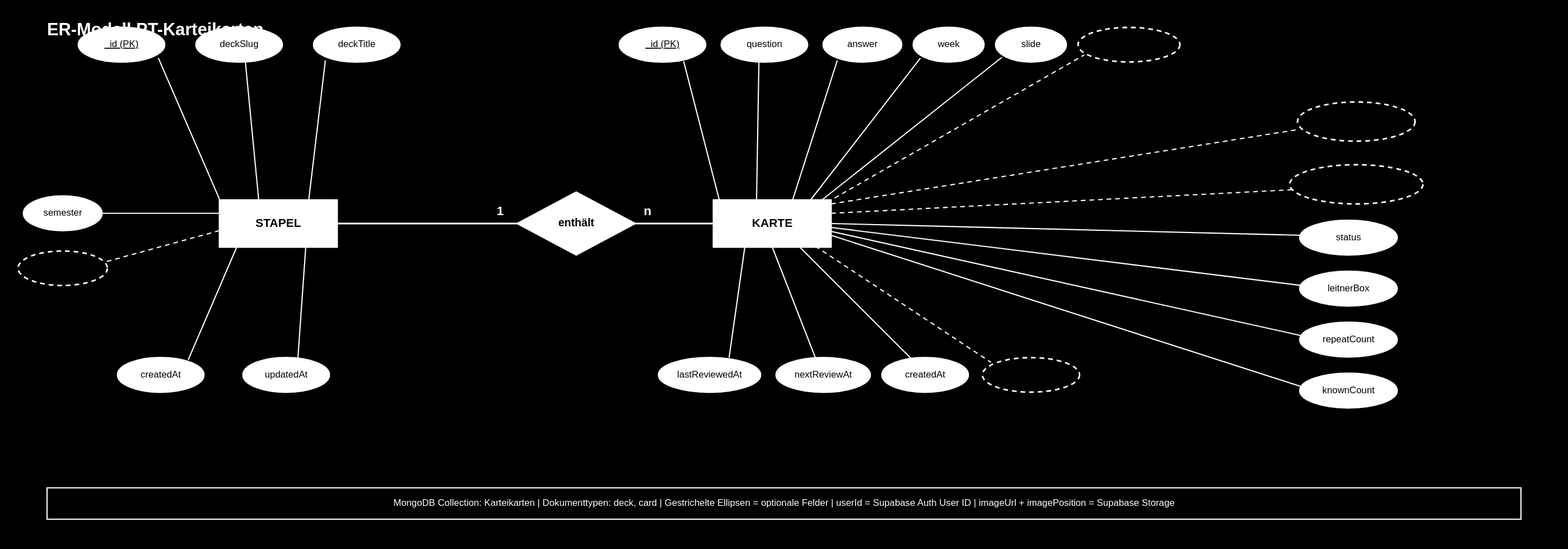
Above: doc/ER_Model.drawio.svg in russoren1/PT-Karteikarten (draw.io), before the change. Source tidied: cells renumbered, new cells last; positions are measured from the earlier drawing's top-left corner, leaving out a move shared by most shapes.
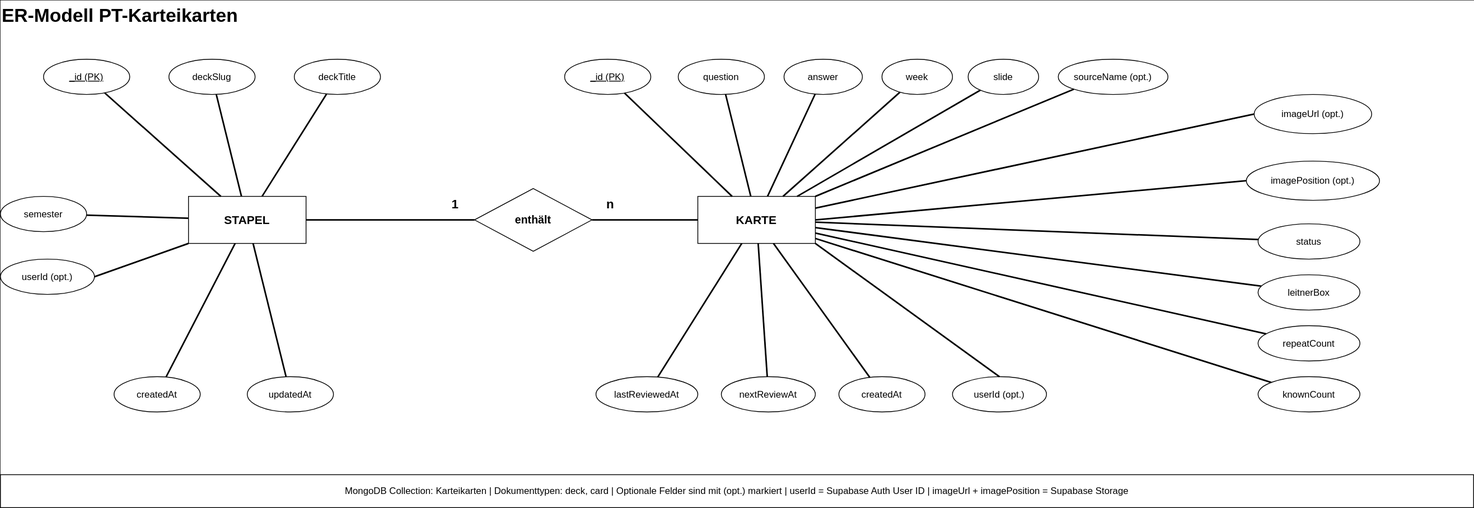
Later version of the same file.

Commit message:
Dokumentation ergänzen und ReadMe pflegen, Diagramme angepasst auf aktuellen Stand.

The edit, as a diff of the source:
```diff
@@ -1,87 +1,171 @@
-<mxGraphModel>
+<mxGraphModel background="#000000">
   <root>
     <mxCell id="0" />
     <mxCell id="1" parent="0" />
+    <mxCell id="29" value="ER-Modell PT-Karteikarten" style="text;html=1;strokeColor=none;fillColor=none;fontColor=#ffffff;fontSize=24;fontStyle=1;align=left;verticalAlign=middle;" parent="1" vertex="1">
+      <mxGeometry x="30" y="-15" width="500" height="40" as="geometry" />
+    </mxCell>
-    <mxCell id="2" value="STAPEL" style="rounded=0;whiteSpace=wrap;html=1;fillColor=#ffffff;strokeColor=#ffffff;fontColor=#000000;fontStyle=1;fontSize=14;" parent="1" vertex="1">
-      <mxGeometry x="250" y="220" width="150" height="60" as="geometry" />
+    <mxCell id="2" value="STAPEL" style="rounded=0;whiteSpace=wrap;html=1;fillColor=#ffffff;strokeColor=#ffffff;fontColor=#000000;fontStyle=1;fontSize=15;" parent="1" vertex="1">
+      <mxGeometry x="270" y="235" width="150" height="60" as="geometry" />
     </mxCell>
+    <mxCell id="11" value="KARTE" style="rounded=0;whiteSpace=wrap;html=1;fillColor=#ffffff;strokeColor=#ffffff;fontColor=#000000;fontStyle=1;fontSize=15;" parent="1" vertex="1">
+      <mxGeometry x="920" y="235" width="150" height="60" as="geometry" />
+    </mxCell>
+    <mxCell id="10" value="enthält" style="rhombus;whiteSpace=wrap;html=1;fillColor=#ffffff;strokeColor=#ffffff;fontColor=#000000;fontStyle=1;fontSize=14;" parent="1" vertex="1">
+      <mxGeometry x="635" y="225" width="150" height="80" as="geometry" />
+    </mxCell>
+    <mxCell id="30" value="1" style="text;html=1;strokeColor=none;fillColor=none;fontColor=#ffffff;fontSize=16;fontStyle=1;align=center;verticalAlign=middle;" parent="1" vertex="1">
+      <mxGeometry x="590" y="233" width="40" height="24" as="geometry" />
+    </mxCell>
+    <mxCell id="31" value="n" style="text;html=1;strokeColor=none;fillColor=none;fontColor=#ffffff;fontSize=16;fontStyle=1;align=center;verticalAlign=middle;" parent="1" vertex="1">
+      <mxGeometry x="788" y="233" width="40" height="24" as="geometry" />
+    </mxCell>
-    <mxCell id="3" value="_id (PK)" style="ellipse;whiteSpace=wrap;html=1;fillColor=#ffffff;strokeColor=#ffffff;fontColor=#000000;fontStyle=4;" parent="1" vertex="1">
-      <mxGeometry x="70" width="110" height="45" as="geometry" />
+    <mxCell id="3" value="_id (PK)" style="ellipse;whiteSpace=wrap;html=1;fillColor=#ffffff;strokeColor=#ffffff;fontColor=#000000;fontSize=12;fontStyle=4;" parent="1" vertex="1">
+      <mxGeometry x="85" y="60" width="110" height="45" as="geometry" />
     </mxCell>
-    <mxCell id="4" value="deckSlug" style="ellipse;whiteSpace=wrap;html=1;fillColor=#ffffff;strokeColor=#ffffff;fontColor=#000000;" parent="1" vertex="1">
-      <mxGeometry x="220" width="110" height="45" as="geometry" />
+    <mxCell id="4" value="deckSlug" style="ellipse;whiteSpace=wrap;html=1;fillColor=#ffffff;strokeColor=#ffffff;fontColor=#000000;fontSize=12;" parent="1" vertex="1">
+      <mxGeometry x="245" y="60" width="110" height="45" as="geometry" />
     </mxCell>
-    <mxCell id="5" value="deckTitle" style="ellipse;whiteSpace=wrap;html=1;fillColor=#ffffff;strokeColor=#ffffff;fontColor=#000000;" parent="1" vertex="1">
-      <mxGeometry x="370" width="110" height="45" as="geometry" />
+    <mxCell id="5" value="deckTitle" style="ellipse;whiteSpace=wrap;html=1;fillColor=#ffffff;strokeColor=#ffffff;fontColor=#000000;fontSize=12;" parent="1" vertex="1">
+      <mxGeometry x="405" y="60" width="110" height="45" as="geometry" />
     </mxCell>
-    <mxCell id="6" value="semester" style="ellipse;whiteSpace=wrap;html=1;fillColor=#ffffff;strokeColor=#ffffff;fontColor=#000000;" parent="1" vertex="1">
-      <mxGeometry y="220" width="100" height="45" as="geometry" />
+    <mxCell id="6" value="semester" style="ellipse;whiteSpace=wrap;html=1;fillColor=#ffffff;strokeColor=#ffffff;fontColor=#000000;fontSize=12;" parent="1" vertex="1">
+      <mxGeometry x="30" y="235" width="110" height="45" as="geometry" />
     </mxCell>
-    <mxCell id="7" value="userId (opt.)" style="ellipse;whiteSpace=wrap;html=1;fillColor=#ffffff;strokeColor=#ffffff;fontColor=#000000;dashed=1;" parent="1" vertex="1">
-      <mxGeometry y="290" width="110" height="45" as="geometry" />
+    <mxCell id="7" value="userId (opt.)" style="ellipse;whiteSpace=wrap;html=1;fillColor=#ffffff;strokeColor=#ffffff;fontColor=#000000;fontSize=12;dashed=1;dashPattern=6 5;" parent="1" vertex="1">
+      <mxGeometry x="30" y="315" width="120" height="45" as="geometry" />
     </mxCell>
-    <mxCell id="8" value="createdAt" style="ellipse;whiteSpace=wrap;html=1;fillColor=#ffffff;strokeColor=#ffffff;fontColor=#000000;" parent="1" vertex="1">
-      <mxGeometry x="120" y="425" width="110" height="45" as="geometry" />
+    <mxCell id="8" value="createdAt" style="ellipse;whiteSpace=wrap;html=1;fillColor=#ffffff;strokeColor=#ffffff;fontColor=#000000;fontSize=12;" parent="1" vertex="1">
+      <mxGeometry x="175" y="465" width="110" height="45" as="geometry" />
     </mxCell>
-    <mxCell id="9" value="updatedAt" style="ellipse;whiteSpace=wrap;html=1;fillColor=#ffffff;strokeColor=#ffffff;fontColor=#000000;" parent="1" vertex="1">
-      <mxGeometry x="280" y="425" width="110" height="45" as="geometry" />
+    <mxCell id="9" value="updatedAt" style="ellipse;whiteSpace=wrap;html=1;fillColor=#ffffff;strokeColor=#ffffff;fontColor=#000000;fontSize=12;" parent="1" vertex="1">
+      <mxGeometry x="345" y="465" width="110" height="45" as="geometry" />
     </mxCell>
-    <mxCell id="10" value="enthält" style="rhombus;whiteSpace=wrap;html=1;fillColor=#ffffff;strokeColor=#ffffff;fontColor=#000000;" parent="1" vertex="1">
-      <mxGeometry x="630" y="210" width="150" height="80" as="geometry" />
-    </mxCell>
-    <mxCell id="11" value="KARTE" style="rounded=0;whiteSpace=wrap;html=1;fillColor=#ffffff;strokeColor=#ffffff;fontColor=#000000;fontStyle=1;fontSize=14;" parent="1" vertex="1">
-      <mxGeometry x="880" y="220" width="150" height="60" as="geometry" />
-    </mxCell>
-    <mxCell id="12" value="_id (PK)" style="ellipse;whiteSpace=wrap;html=1;fillColor=#ffffff;strokeColor=#ffffff;fontColor=#000000;fontStyle=4;" parent="1" vertex="1">
-      <mxGeometry x="760" width="110" height="45" as="geometry" />
+    <mxCell id="12" value="_id (PK)" style="ellipse;whiteSpace=wrap;html=1;fillColor=#ffffff;strokeColor=#ffffff;fontColor=#000000;fontSize=12;fontStyle=4;" parent="1" vertex="1">
+      <mxGeometry x="750" y="60" width="110" height="45" as="geometry" />
     </mxCell>
-    <mxCell id="13" value="question" style="ellipse;whiteSpace=wrap;html=1;fillColor=#ffffff;strokeColor=#ffffff;fontColor=#000000;" parent="1" vertex="1">
-      <mxGeometry x="890" width="110" height="45" as="geometry" />
+    <mxCell id="13" value="question" style="ellipse;whiteSpace=wrap;html=1;fillColor=#ffffff;strokeColor=#ffffff;fontColor=#000000;fontSize=12;" parent="1" vertex="1">
+      <mxGeometry x="895" y="60" width="110" height="45" as="geometry" />
     </mxCell>
-    <mxCell id="14" value="answer" style="ellipse;whiteSpace=wrap;html=1;fillColor=#ffffff;strokeColor=#ffffff;fontColor=#000000;" parent="1" vertex="1">
-      <mxGeometry x="1020" width="100" height="45" as="geometry" />
+    <mxCell id="14" value="answer" style="ellipse;whiteSpace=wrap;html=1;fillColor=#ffffff;strokeColor=#ffffff;fontColor=#000000;fontSize=12;" parent="1" vertex="1">
+      <mxGeometry x="1030" y="60" width="100" height="45" as="geometry" />
     </mxCell>
-    <mxCell id="15" value="week" style="ellipse;whiteSpace=wrap;html=1;fillColor=#ffffff;strokeColor=#ffffff;fontColor=#000000;" parent="1" vertex="1">
-      <mxGeometry x="1135" width="90" height="45" as="geometry" />
+    <mxCell id="15" value="week" style="ellipse;whiteSpace=wrap;html=1;fillColor=#ffffff;strokeColor=#ffffff;fontColor=#000000;fontSize=12;" parent="1" vertex="1">
+      <mxGeometry x="1155" y="60" width="90" height="45" as="geometry" />
     </mxCell>
-    <mxCell id="16" value="slide" style="ellipse;whiteSpace=wrap;html=1;fillColor=#ffffff;strokeColor=#ffffff;fontColor=#000000;" parent="1" vertex="1">
-      <mxGeometry x="1240" width="90" height="45" as="geometry" />
+    <mxCell id="16" value="slide" style="ellipse;whiteSpace=wrap;html=1;fillColor=#ffffff;strokeColor=#ffffff;fontColor=#000000;fontSize=12;" parent="1" vertex="1">
+      <mxGeometry x="1265" y="60" width="90" height="45" as="geometry" />
     </mxCell>
-    <mxCell id="17" value="sourceName (opt.)" style="ellipse;whiteSpace=wrap;html=1;fillColor=#ffffff;strokeColor=#ffffff;fontColor=#000000;dashed=1;" parent="1" vertex="1">
-      <mxGeometry x="1345" width="130" height="45" as="geometry" />
+    <mxCell id="17" value="sourceName (opt.)" style="ellipse;whiteSpace=wrap;html=1;fillColor=#ffffff;strokeColor=#ffffff;fontColor=#000000;fontSize=12;dashed=1;dashPattern=6 5;" parent="1" vertex="1">
+      <mxGeometry x="1380" y="60" width="140" height="45" as="geometry" />
     </mxCell>
-    <mxCell id="18" value="imageUrl (opt.)" style="ellipse;whiteSpace=wrap;html=1;fillColor=#ffffff;strokeColor=#ffffff;fontColor=#000000;dashed=1;" parent="1" vertex="1">
-      <mxGeometry x="1620" y="95" width="150" height="50" as="geometry" />
+    <mxCell id="18" value="imageUrl (opt.)" style="ellipse;whiteSpace=wrap;html=1;fillColor=#ffffff;strokeColor=#ffffff;fontColor=#000000;fontSize=12;dashed=1;dashPattern=6 5;" parent="1" vertex="1">
+      <mxGeometry x="1630" y="105" width="150" height="50" as="geometry" />
     </mxCell>
-    <mxCell id="19" value="imagePosition (opt.)" style="ellipse;whiteSpace=wrap;html=1;fillColor=#ffffff;strokeColor=#ffffff;fontColor=#000000;dashed=1;" parent="1" vertex="1">
-      <mxGeometry x="1620" y="175" width="150" height="50" as="geometry" />
+    <mxCell id="19" value="imagePosition (opt.)" style="ellipse;whiteSpace=wrap;html=1;fillColor=#ffffff;strokeColor=#ffffff;fontColor=#000000;fontSize=12;dashed=1;dashPattern=6 5;" parent="1" vertex="1">
+      <mxGeometry x="1620" y="190" width="170" height="50" as="geometry" />
     </mxCell>
-    <mxCell id="20" value="status" style="ellipse;whiteSpace=wrap;html=1;fillColor=#ffffff;strokeColor=#ffffff;fontColor=#000000;" parent="1" vertex="1">
-      <mxGeometry x="1630" y="245" width="120" height="45" as="geometry" />
+    <mxCell id="20" value="status" style="ellipse;whiteSpace=wrap;html=1;fillColor=#ffffff;strokeColor=#ffffff;fontColor=#000000;fontSize=12;" parent="1" vertex="1">
+      <mxGeometry x="1635" y="270" width="130" height="45" as="geometry" />
     </mxCell>
-    <mxCell id="21" value="leitnerBox" style="ellipse;whiteSpace=wrap;html=1;fillColor=#ffffff;strokeColor=#ffffff;fontColor=#000000;" parent="1" vertex="1">
-      <mxGeometry x="1630" y="310" width="120" height="45" as="geometry" />
+    <mxCell id="21" value="leitnerBox" style="ellipse;whiteSpace=wrap;html=1;fillColor=#ffffff;strokeColor=#ffffff;fontColor=#000000;fontSize=12;" parent="1" vertex="1">
+      <mxGeometry x="1635" y="335" width="130" height="45" as="geometry" />
     </mxCell>
-    <mxCell id="22" value="repeatCount" style="ellipse;whiteSpace=wrap;html=1;fillColor=#ffffff;strokeColor=#ffffff;fontColor=#000000;" parent="1" vertex="1">
-      <mxGeometry x="1630" y="375" width="120" height="45" as="geometry" />
+    <mxCell id="22" value="repeatCount" style="ellipse;whiteSpace=wrap;html=1;fillColor=#ffffff;strokeColor=#ffffff;fontColor=#000000;fontSize=12;" parent="1" vertex="1">
+      <mxGeometry x="1635" y="400" width="130" height="45" as="geometry" />
     </mxCell>
-    <mxCell id="23" value="knownCount" style="ellipse;whiteSpace=wrap;html=1;fillColor=#ffffff;strokeColor=#ffffff;fontColor=#000000;" parent="1" vertex="1">
-      <mxGeometry x="1630" y="440" width="120" height="45" as="geometry" />
+    <mxCell id="23" value="knownCount" style="ellipse;whiteSpace=wrap;html=1;fillColor=#ffffff;strokeColor=#ffffff;fontColor=#000000;fontSize=12;" parent="1" vertex="1">
+      <mxGeometry x="1635" y="465" width="130" height="45" as="geometry" />
     </mxCell>
-    <mxCell id="24" value="lastReviewedAt" style="ellipse;whiteSpace=wrap;html=1;fillColor=#ffffff;strokeColor=#ffffff;fontColor=#000000;" parent="1" vertex="1">
-      <mxGeometry x="810" y="420" width="130" height="45" as="geometry" />
+    <mxCell id="24" value="lastReviewedAt" style="ellipse;whiteSpace=wrap;html=1;fillColor=#ffffff;strokeColor=#ffffff;fontColor=#000000;fontSize=12;" parent="1" vertex="1">
+      <mxGeometry x="790" y="465" width="130" height="45" as="geometry" />
     </mxCell>
-    <mxCell id="25" value="nextReviewAt" style="ellipse;whiteSpace=wrap;html=1;fillColor=#ffffff;strokeColor=#ffffff;fontColor=#000000;" parent="1" vertex="1">
-      <mxGeometry x="960" y="420" width="120" height="45" as="geometry" />
+    <mxCell id="25" value="nextReviewAt" style="ellipse;whiteSpace=wrap;html=1;fillColor=#ffffff;strokeColor=#ffffff;fontColor=#000000;fontSize=12;" parent="1" vertex="1">
+      <mxGeometry x="950" y="465" width="120" height="45" as="geometry" />
     </mxCell>
-    <mxCell id="26" value="createdAt" style="ellipse;whiteSpace=wrap;html=1;fillColor=#ffffff;strokeColor=#ffffff;fontColor=#000000;" parent="1" vertex="1">
-      <mxGeometry x="1095" y="420" width="110" height="45" as="geometry" />
+    <mxCell id="26" value="createdAt" style="ellipse;whiteSpace=wrap;html=1;fillColor=#ffffff;strokeColor=#ffffff;fontColor=#000000;fontSize=12;" parent="1" vertex="1">
+      <mxGeometry x="1100" y="465" width="110" height="45" as="geometry" />
     </mxCell>
-    <mxCell id="27" value="userId (opt.)" style="ellipse;whiteSpace=wrap;html=1;fillColor=#ffffff;strokeColor=#ffffff;fontColor=#000000;dashed=1;" parent="1" vertex="1">
-      <mxGeometry x="1225" y="420" width="120" height="45" as="geometry" />
+    <mxCell id="27" value="userId (opt.)" style="ellipse;whiteSpace=wrap;html=1;fillColor=#ffffff;strokeColor=#ffffff;fontColor=#000000;fontSize=12;dashed=1;dashPattern=6 5;" parent="1" vertex="1">
+      <mxGeometry x="1245" y="465" width="120" height="45" as="geometry" />
     </mxCell>
-    <mxCell id="28" value="MongoDB Collection: Karteikarten | Dokumenttypen: deck, card | Gestrichelte Ellipsen = optionale Felder | userId = Supabase Auth User ID | imageUrl + imagePosition = Supabase Storage" style="rounded=0;whiteSpace=wrap;html=1;fillColor=none;strokeColor=#ffffff;fontColor=#ffffff;" parent="1" vertex="1">
-      <mxGeometry x="30" y="590" width="1880" height="40" as="geometry" />
+    <mxCell id="28" value="MongoDB Collection: Karteikarten | Dokumenttypen: deck, card | Gestrichelte Ellipsen = optionale Felder | userId = Supabase Auth User ID | imageUrl + imagePosition = Supabase Storage" style="rounded=0;whiteSpace=wrap;html=1;fillColor=none;strokeColor=#ffffff;fontColor=#ffffff;fontSize=12;" parent="1" vertex="1">
+      <mxGeometry x="30" y="590" width="1880" height="42" as="geometry" />
     </mxCell>
+    <mxCell id="32" style="endArrow=none;html=1;rounded=0;strokeColor=#ffffff;strokeWidth=2;fontColor=#ffffff;" parent="1" edge="1" source="2" target="10">
+      <mxGeometry relative="1" as="geometry" />
+    </mxCell>
+    <mxCell id="33" style="endArrow=none;html=1;rounded=0;strokeColor=#ffffff;strokeWidth=2;fontColor=#ffffff;" parent="1" edge="1" source="10" target="11">
+      <mxGeometry relative="1" as="geometry" />
+    </mxCell>
+    <mxCell id="34" style="endArrow=none;html=1;rounded=0;strokeColor=#ffffff;strokeWidth=2;fontColor=#ffffff;" parent="1" edge="1" source="3" target="2">
+      <mxGeometry relative="1" as="geometry" />
+    </mxCell>
+    <mxCell id="35" style="endArrow=none;html=1;rounded=0;strokeColor=#ffffff;strokeWidth=2;fontColor=#ffffff;" parent="1" edge="1" source="4" target="2">
+      <mxGeometry relative="1" as="geometry" />
+    </mxCell>
+    <mxCell id="36" style="endArrow=none;html=1;rounded=0;strokeColor=#ffffff;strokeWidth=2;fontColor=#ffffff;" parent="1" edge="1" source="5" target="2">
+      <mxGeometry relative="1" as="geometry" />
+    </mxCell>
+    <mxCell id="37" style="endArrow=none;html=1;rounded=0;strokeColor=#ffffff;strokeWidth=2;fontColor=#ffffff;" parent="1" edge="1" source="6" target="2">
+      <mxGeometry relative="1" as="geometry" />
+    </mxCell>
+    <mxCell id="38" style="endArrow=none;html=1;rounded=0;strokeColor=#ffffff;strokeWidth=2;fontColor=#ffffff;" parent="1" edge="1" source="8" target="2">
+      <mxGeometry relative="1" as="geometry" />
+    </mxCell>
+    <mxCell id="39" style="endArrow=none;html=1;rounded=0;strokeColor=#ffffff;strokeWidth=2;fontColor=#ffffff;" parent="1" edge="1" source="9" target="2">
+      <mxGeometry relative="1" as="geometry" />
+    </mxCell>
+    <mxCell id="40" style="endArrow=none;html=1;rounded=0;strokeColor=#ffffff;strokeWidth=2;fontColor=#ffffff;" parent="1" edge="1" source="12" target="11">
+      <mxGeometry relative="1" as="geometry" />
+    </mxCell>
+    <mxCell id="41" style="endArrow=none;html=1;rounded=0;strokeColor=#ffffff;strokeWidth=2;fontColor=#ffffff;" parent="1" edge="1" source="13" target="11">
+      <mxGeometry relative="1" as="geometry" />
+    </mxCell>
+    <mxCell id="42" style="endArrow=none;html=1;rounded=0;strokeColor=#ffffff;strokeWidth=2;fontColor=#ffffff;" parent="1" edge="1" source="14" target="11">
+      <mxGeometry relative="1" as="geometry" />
+    </mxCell>
+    <mxCell id="43" style="endArrow=none;html=1;rounded=0;strokeColor=#ffffff;strokeWidth=2;fontColor=#ffffff;" parent="1" edge="1" source="15" target="11">
+      <mxGeometry relative="1" as="geometry" />
+    </mxCell>
+    <mxCell id="44" style="endArrow=none;html=1;rounded=0;strokeColor=#ffffff;strokeWidth=2;fontColor=#ffffff;" parent="1" edge="1" source="16" target="11">
+      <mxGeometry relative="1" as="geometry" />
+    </mxCell>
+    <mxCell id="45" style="endArrow=none;html=1;rounded=0;strokeColor=#ffffff;strokeWidth=2;fontColor=#ffffff;" parent="1" edge="1" source="11" target="20">
+      <mxGeometry relative="1" as="geometry" />
+    </mxCell>
+    <mxCell id="46" style="endArrow=none;html=1;rounded=0;strokeColor=#ffffff;strokeWidth=2;fontColor=#ffffff;" parent="1" edge="1" source="11" target="21">
+      <mxGeometry relative="1" as="geometry" />
+    </mxCell>
+    <mxCell id="47" style="endArrow=none;html=1;rounded=0;strokeColor=#ffffff;strokeWidth=2;fontColor=#ffffff;" parent="1" edge="1" source="11" target="22">
+      <mxGeometry relative="1" as="geometry" />
+    </mxCell>
+    <mxCell id="48" style="endArrow=none;html=1;rounded=0;strokeColor=#ffffff;strokeWidth=2;fontColor=#ffffff;" parent="1" edge="1" source="11" target="23">
+      <mxGeometry relative="1" as="geometry" />
+    </mxCell>
+    <mxCell id="49" style="endArrow=none;html=1;rounded=0;strokeColor=#ffffff;strokeWidth=2;fontColor=#ffffff;" parent="1" edge="1" source="24" target="11">
+      <mxGeometry relative="1" as="geometry" />
+    </mxCell>
+    <mxCell id="50" style="endArrow=none;html=1;rounded=0;strokeColor=#ffffff;strokeWidth=2;fontColor=#ffffff;" parent="1" edge="1" source="25" target="11">
+      <mxGeometry relative="1" as="geometry" />
+    </mxCell>
+    <mxCell id="51" style="endArrow=none;html=1;rounded=0;strokeColor=#ffffff;strokeWidth=2;fontColor=#ffffff;" parent="1" edge="1" source="26" target="11">
+      <mxGeometry relative="1" as="geometry" />
+    </mxCell>
+    <mxCell id="52" style="endArrow=none;html=1;rounded=0;strokeColor=#ffffff;strokeWidth=2;fontColor=#ffffff;entryX=0;entryY=1;entryDx=0;entryDy=0;exitX=1;exitY=0.5;exitDx=0;exitDy=0;" parent="1" edge="1" source="7" target="2">
+      <mxGeometry relative="1" as="geometry" />
+    </mxCell>
+    <mxCell id="53" style="endArrow=none;html=1;rounded=0;strokeColor=#ffffff;strokeWidth=2;fontColor=#ffffff;exitX=1;exitY=0;exitDx=0;exitDy=0;entryX=0;entryY=1;entryDx=0;entryDy=0;" parent="1" edge="1" source="11" target="17">
+      <mxGeometry relative="1" as="geometry" />
+    </mxCell>
+    <mxCell id="54" style="endArrow=none;html=1;rounded=0;strokeColor=#ffffff;strokeWidth=2;fontColor=#ffffff;exitX=1;exitY=0.25;exitDx=0;exitDy=0;entryX=0;entryY=0.5;entryDx=0;entryDy=0;" parent="1" edge="1" source="11" target="18">
+      <mxGeometry relative="1" as="geometry" />
+    </mxCell>
+    <mxCell id="55" style="endArrow=none;html=1;rounded=0;strokeColor=#ffffff;strokeWidth=2;fontColor=#ffffff;exitX=1;exitY=0.5;exitDx=0;exitDy=0;entryX=0;entryY=0.5;entryDx=0;entryDy=0;" parent="1" edge="1" source="11" target="19">
+      <mxGeometry relative="1" as="geometry" />
+    </mxCell>
+    <mxCell id="56" style="endArrow=none;html=1;rounded=0;strokeColor=#ffffff;strokeWidth=2;fontColor=#ffffff;exitX=1;exitY=1;exitDx=0;exitDy=0;entryX=0.5;entryY=0;entryDx=0;entryDy=0;" parent="1" edge="1" source="11" target="27">
+      <mxGeometry relative="1" as="geometry" />
+    </mxCell>
   </root>
 </mxGraphModel>
```
